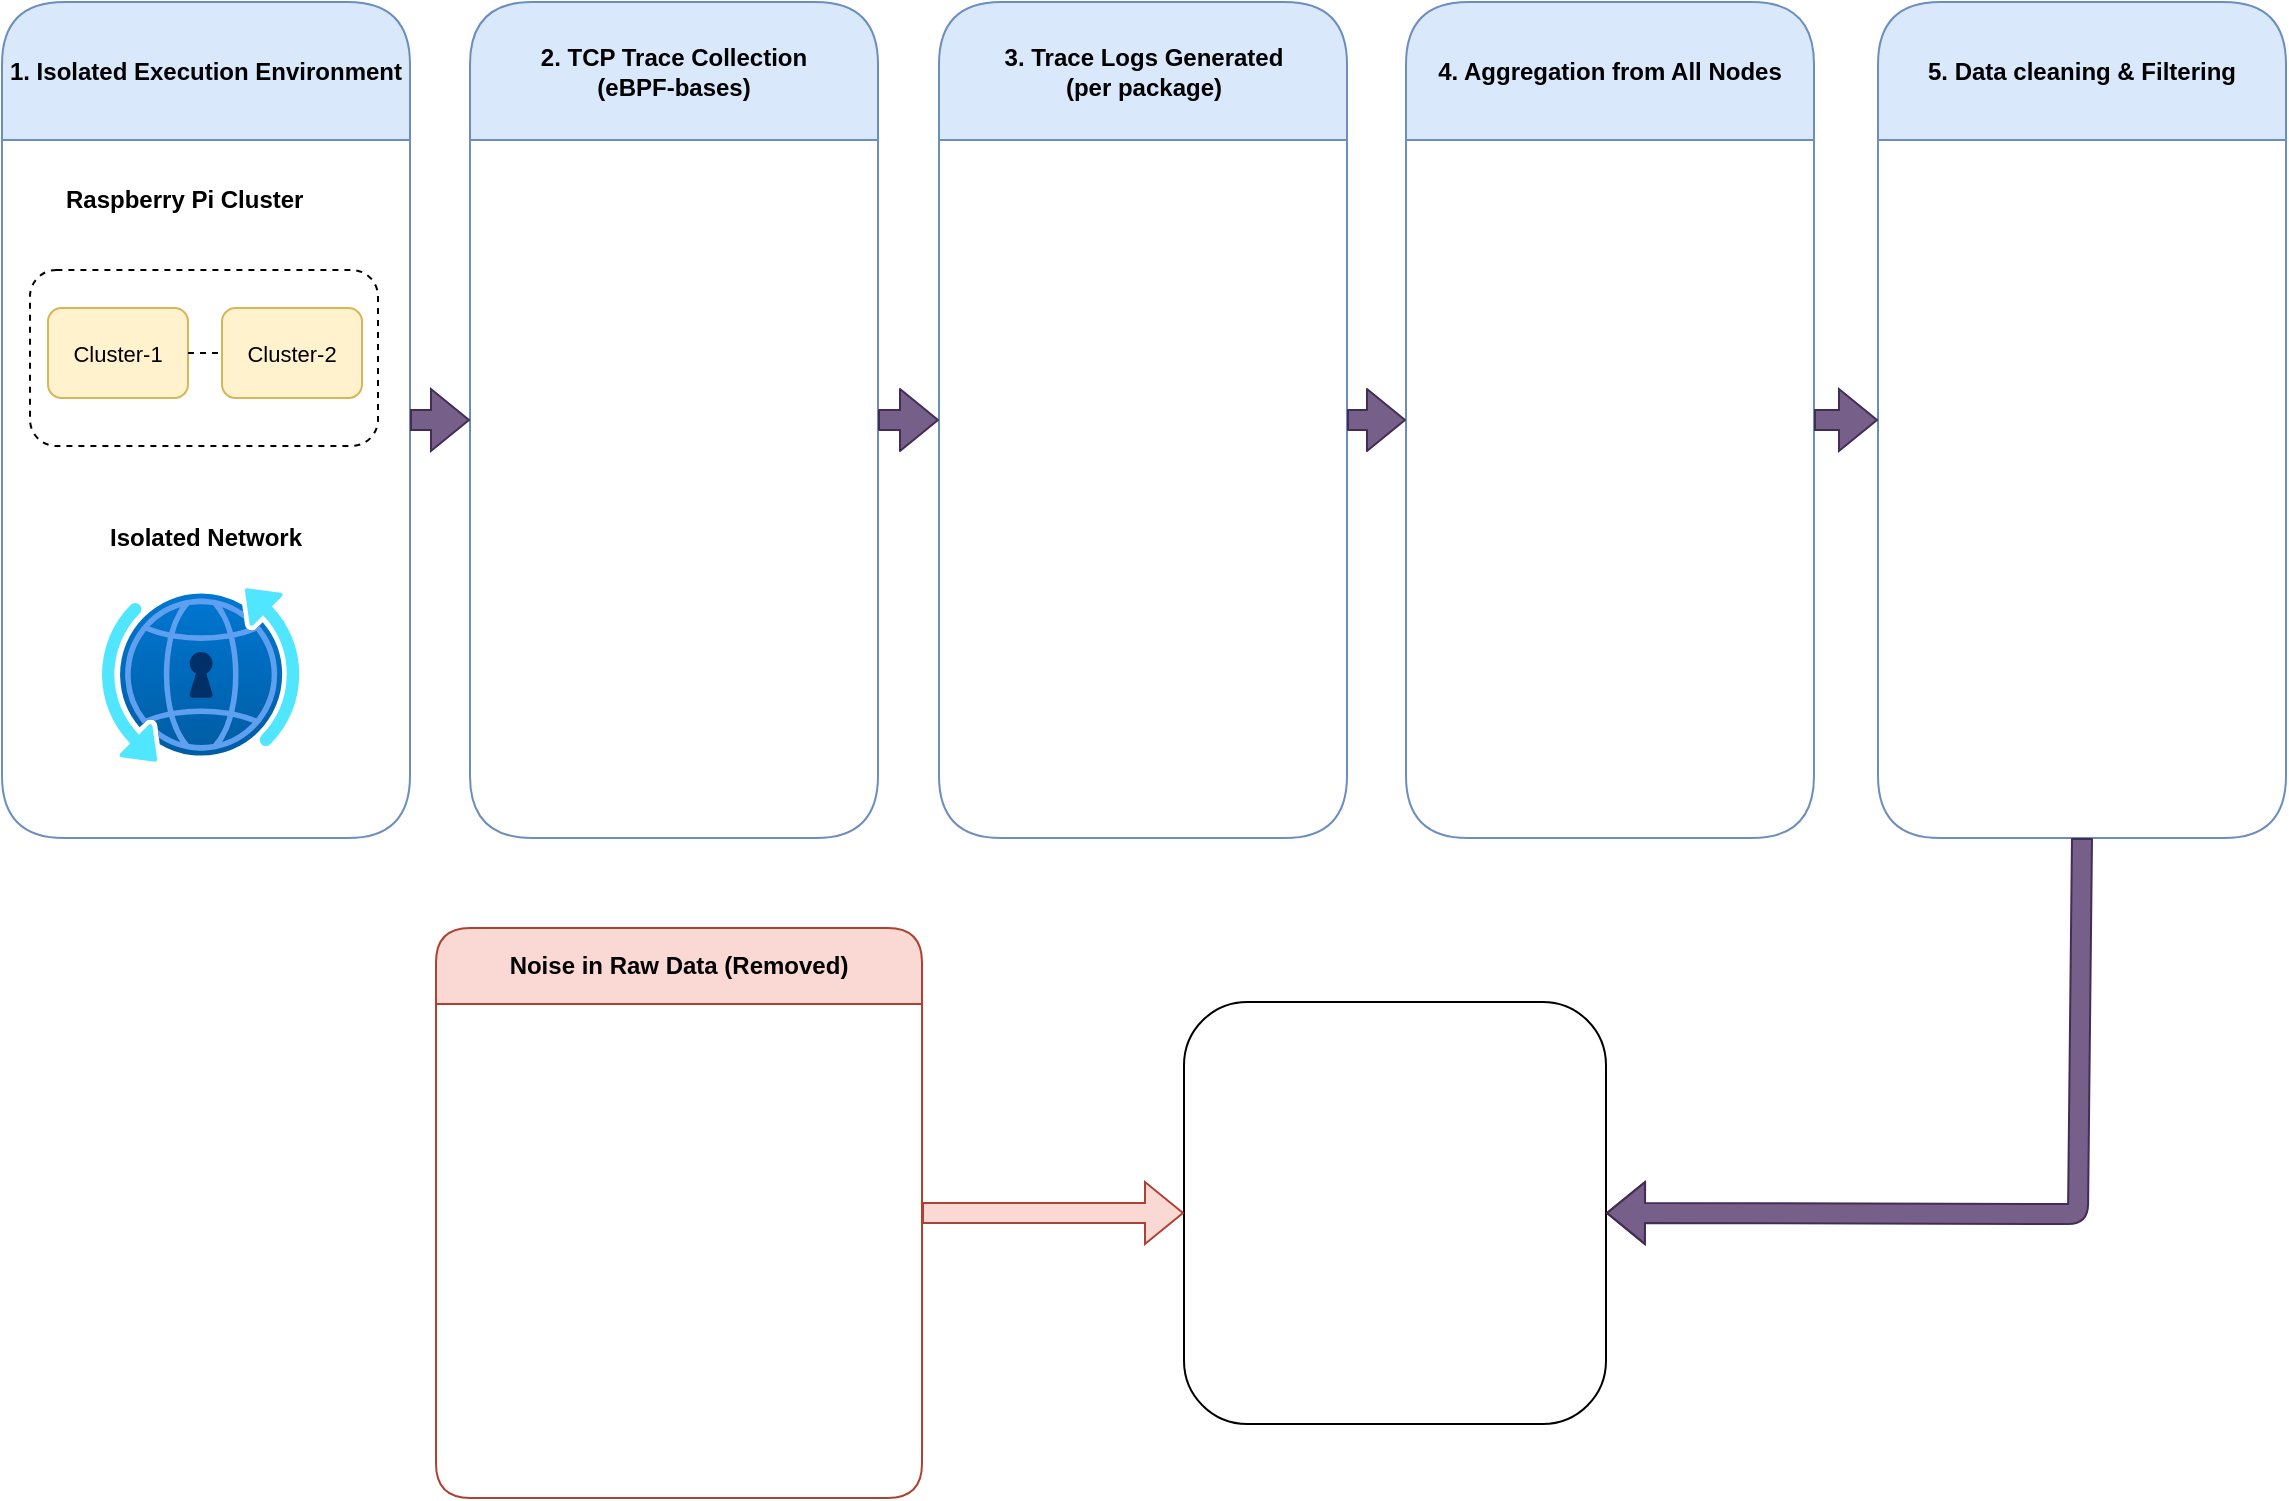
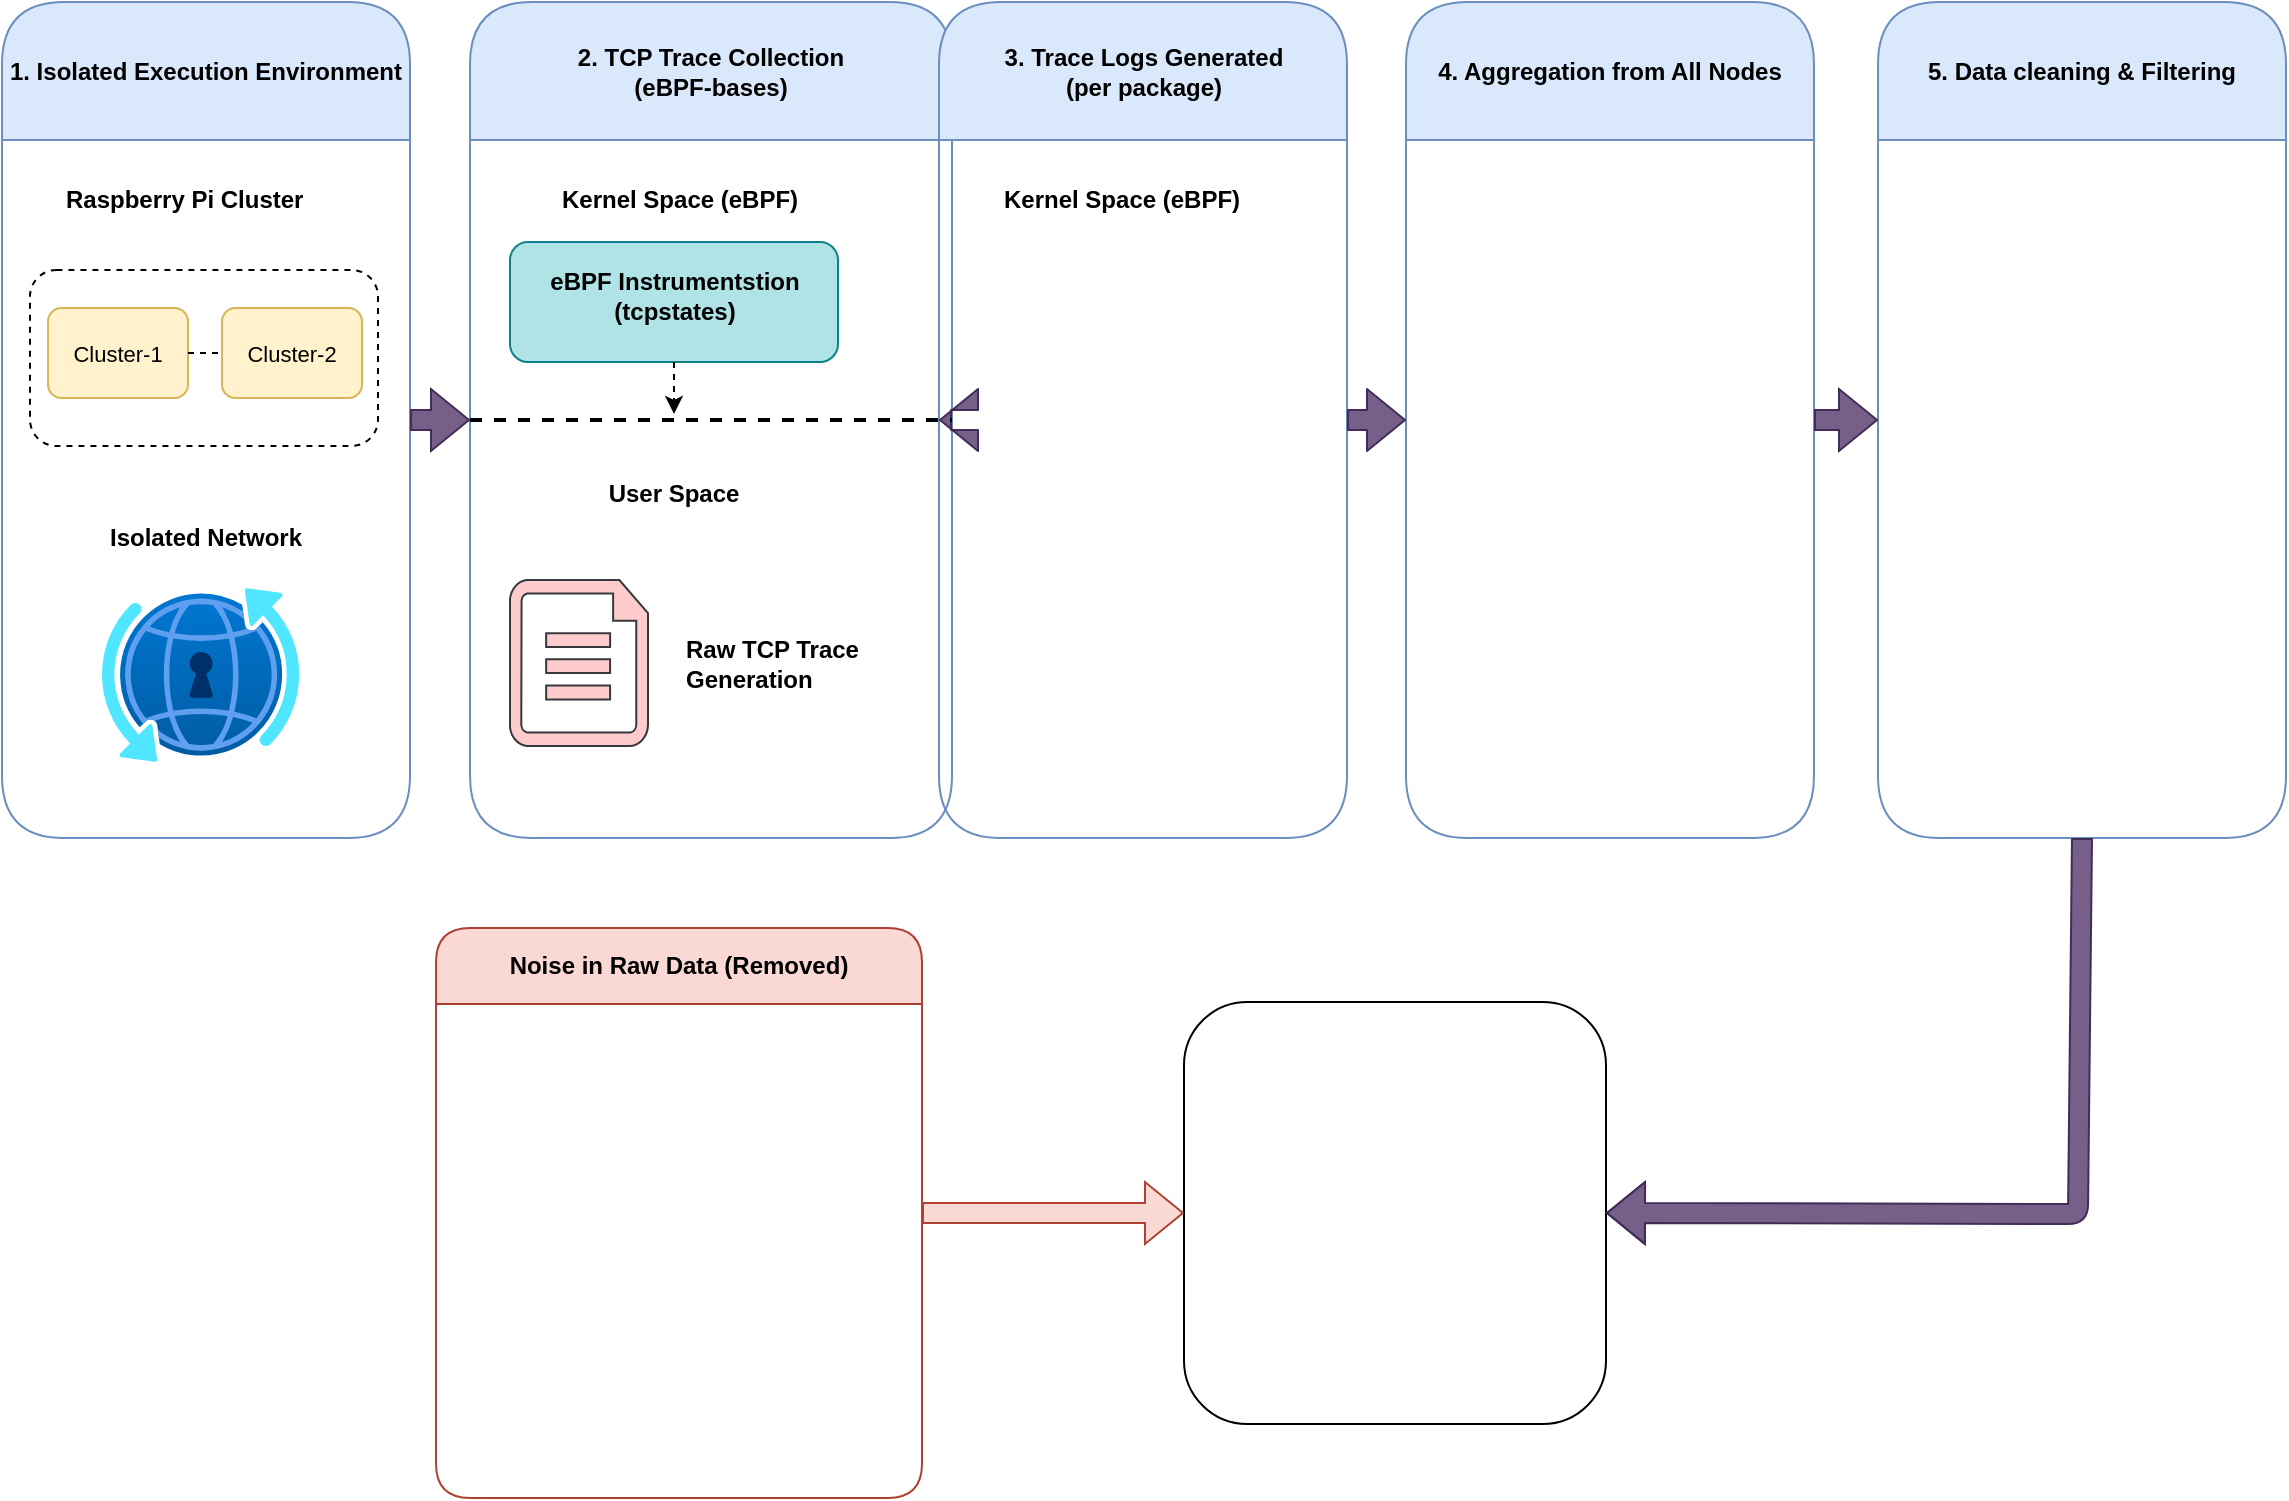
<mxfile host="app.diagrams.net">
  <diagram name="Page-1" id="8kyjSIY6fsYWo43MdOdE">
    <mxGraphModel dx="1406" dy="814" grid="0" gridSize="10" guides="1" tooltips="1" connect="1" arrows="1" fold="1" page="1" pageScale="1" pageWidth="1181" pageHeight="827" background="none" math="0" shadow="0">
      <root>
        <mxCell id="0" />
        <mxCell id="1" parent="0" />
        <mxCell id="yPxf8Ypyw46N0n0ri4En-1" parent="1" style="swimlane;whiteSpace=wrap;html=1;swimlaneFillColor=none;rounded=1;startSize=69;strokeColor=#6c8ebf;fillColor=#dae8fc;" value="1. Isolated Execution Environment" vertex="1">
          <mxGeometry height="418" width="204" x="20" y="29" as="geometry" />
        </mxCell>
        <mxCell id="9OX9V2n5WXdKuxMzRrJa-6" parent="yPxf8Ypyw46N0n0ri4En-1" style="text;strokeColor=none;fillColor=none;align=left;verticalAlign=middle;spacingLeft=4;spacingRight=4;overflow=hidden;points=[[0,0.5],[1,0.5]];portConstraint=eastwest;rotatable=0;whiteSpace=wrap;html=1;" value="&lt;b&gt;Raspberry Pi Cluster&lt;/b&gt;" vertex="1">
          <mxGeometry height="30" width="152" x="26" y="84" as="geometry" />
        </mxCell>
        <mxCell id="9OX9V2n5WXdKuxMzRrJa-7" parent="yPxf8Ypyw46N0n0ri4En-1" style="rounded=1;whiteSpace=wrap;html=1;dashed=1;" value="" vertex="1">
          <mxGeometry height="88" width="174" x="14" y="134" as="geometry" />
        </mxCell>
        <mxCell id="9OX9V2n5WXdKuxMzRrJa-8" parent="yPxf8Ypyw46N0n0ri4En-1" style="rounded=1;whiteSpace=wrap;html=1;fillColor=#fff2cc;strokeColor=#d6b656;" value="" vertex="1">
          <mxGeometry height="45" width="70" x="23" y="153" as="geometry" />
        </mxCell>
        <mxCell id="9OX9V2n5WXdKuxMzRrJa-9" parent="yPxf8Ypyw46N0n0ri4En-1" style="rounded=1;whiteSpace=wrap;html=1;fillColor=#fff2cc;strokeColor=#d6b656;" value="" vertex="1">
          <mxGeometry height="45" width="70" x="110" y="153" as="geometry" />
        </mxCell>
        <mxCell id="9OX9V2n5WXdKuxMzRrJa-10" parent="yPxf8Ypyw46N0n0ri4En-1" style="text;html=1;whiteSpace=wrap;strokeColor=none;fillColor=none;align=center;verticalAlign=middle;rounded=0;" value="&lt;font style=&quot;font-size: 11px;&quot;&gt;Cluster-1&lt;/font&gt;" vertex="1">
          <mxGeometry height="18.5" width="50" x="33" y="166.25" as="geometry" />
        </mxCell>
        <mxCell id="9OX9V2n5WXdKuxMzRrJa-11" parent="yPxf8Ypyw46N0n0ri4En-1" style="text;html=1;whiteSpace=wrap;strokeColor=none;fillColor=none;align=center;verticalAlign=middle;rounded=0;" value="&lt;font style=&quot;font-size: 11px;&quot;&gt;Cluster-2&lt;/font&gt;" vertex="1">
          <mxGeometry height="18.5" width="50" x="120" y="166.25" as="geometry" />
        </mxCell>
        <mxCell id="9OX9V2n5WXdKuxMzRrJa-12" edge="1" parent="yPxf8Ypyw46N0n0ri4En-1" source="9OX9V2n5WXdKuxMzRrJa-8" style="endArrow=none;html=1;rounded=0;exitX=1;exitY=0.5;exitDx=0;exitDy=0;entryX=0;entryY=0.5;entryDx=0;entryDy=0;dashed=1;" target="9OX9V2n5WXdKuxMzRrJa-9" value="">
          <mxGeometry height="50" relative="1" width="50" as="geometry">
            <mxPoint x="545" y="408" as="sourcePoint" />
            <mxPoint x="595" y="358" as="targetPoint" />
          </mxGeometry>
        </mxCell>
        <mxCell id="9OX9V2n5WXdKuxMzRrJa-14" parent="yPxf8Ypyw46N0n0ri4En-1" style="text;strokeColor=none;fillColor=none;align=left;verticalAlign=middle;spacingLeft=4;spacingRight=4;overflow=hidden;points=[[0,0.5],[1,0.5]];portConstraint=eastwest;rotatable=0;whiteSpace=wrap;html=1;" value="&lt;b&gt;Isolated Network&lt;/b&gt;" vertex="1">
          <mxGeometry height="30" width="109" x="47.5" y="253" as="geometry" />
        </mxCell>
        <mxCell id="9OX9V2n5WXdKuxMzRrJa-15" parent="yPxf8Ypyw46N0n0ri4En-1" style="image;aspect=fixed;html=1;points=[];align=center;fontSize=12;image=img/lib/azure2/networking/DNS_Private_Resolver.svg;" value="" vertex="1">
          <mxGeometry height="87" width="98.6" x="50" y="293" as="geometry" />
        </mxCell>
        <mxCell id="yPxf8Ypyw46N0n0ri4En-4" parent="1" style="swimlane;whiteSpace=wrap;html=1;swimlaneFillColor=none;rounded=1;startSize=69;strokeColor=#6c8ebf;fillColor=#dae8fc;" value="2. TCP Trace Collection&lt;div&gt;(eBPF-bases)&lt;/div&gt;" vertex="1">
-           <mxGeometry height="418" width="204" x="254" y="29" as="geometry" />
+           <mxGeometry height="418" width="241" x="254" y="29" as="geometry" />
+         </mxCell>
+         <mxCell id="9OX9V2n5WXdKuxMzRrJa-16" parent="yPxf8Ypyw46N0n0ri4En-4" style="text;strokeColor=none;fillColor=none;align=left;verticalAlign=middle;spacingLeft=4;spacingRight=4;overflow=hidden;points=[[0,0.5],[1,0.5]];portConstraint=eastwest;rotatable=0;whiteSpace=wrap;html=1;" value="&lt;b&gt;Kernel Space (eBPF)&lt;/b&gt;" vertex="1">
+           <mxGeometry height="30" width="134" x="40" y="84" as="geometry" />
+         </mxCell>
+         <mxCell id="9OX9V2n5WXdKuxMzRrJa-20" parent="yPxf8Ypyw46N0n0ri4En-4" style="rounded=1;whiteSpace=wrap;html=1;fillColor=#b0e3e6;strokeColor=#0e8088;" value="" vertex="1">
+           <mxGeometry height="60" width="164" x="20" y="120" as="geometry" />
+         </mxCell>
+         <mxCell id="9OX9V2n5WXdKuxMzRrJa-22" parent="yPxf8Ypyw46N0n0ri4En-4" style="text;html=1;whiteSpace=wrap;strokeColor=none;fillColor=none;align=center;verticalAlign=middle;rounded=0;" value="&lt;b&gt;eBPF Instrumentstion&lt;/b&gt;&lt;div&gt;&lt;b&gt;(tcpstates)&lt;/b&gt;&lt;/div&gt;" vertex="1">
+           <mxGeometry height="35" width="133" x="35.5" y="129" as="geometry" />
+         </mxCell>
+         <mxCell id="9OX9V2n5WXdKuxMzRrJa-23" parent="yPxf8Ypyw46N0n0ri4En-4" style="text;html=1;whiteSpace=wrap;strokeColor=none;fillColor=none;align=center;verticalAlign=middle;rounded=0;" value="&lt;b&gt;User Space&lt;/b&gt;" vertex="1">
+           <mxGeometry height="30" width="122" x="41" y="231" as="geometry" />
+         </mxCell>
+         <mxCell id="9OX9V2n5WXdKuxMzRrJa-24" parent="yPxf8Ypyw46N0n0ri4En-4" style="verticalLabelPosition=bottom;html=1;verticalAlign=top;align=center;shape=mxgraph.azure.cloud_services_configuration_file;pointerEvents=1;fillColor=#ffcccc;strokeColor=#36393d;" value="" vertex="1">
+           <mxGeometry height="83" width="69" x="20" y="289" as="geometry" />
+         </mxCell>
+         <mxCell id="9OX9V2n5WXdKuxMzRrJa-25" parent="yPxf8Ypyw46N0n0ri4En-4" style="text;strokeColor=none;fillColor=none;align=left;verticalAlign=middle;spacingLeft=4;spacingRight=4;overflow=hidden;points=[[0,0.5],[1,0.5]];portConstraint=eastwest;rotatable=0;whiteSpace=wrap;html=1;" value="&lt;b&gt;Raw TCP Trace&lt;/b&gt;&lt;div&gt;&lt;b&gt;Generation&lt;/b&gt;&lt;/div&gt;" vertex="1">
+           <mxGeometry height="57" width="114" x="102" y="302" as="geometry" />
        </mxCell>
        <mxCell id="yPxf8Ypyw46N0n0ri4En-5" parent="1" style="swimlane;whiteSpace=wrap;html=1;swimlaneFillColor=none;rounded=1;startSize=69;strokeColor=#6c8ebf;fillColor=#dae8fc;" value="3. Trace Logs Generated&lt;div&gt;(per package)&lt;/div&gt;" vertex="1">
          <mxGeometry height="418" width="204" x="488.5" y="29" as="geometry" />
+         </mxCell>
+         <mxCell id="9OX9V2n5WXdKuxMzRrJa-17" parent="yPxf8Ypyw46N0n0ri4En-5" style="text;strokeColor=none;fillColor=none;align=left;verticalAlign=middle;spacingLeft=4;spacingRight=4;overflow=hidden;points=[[0,0.5],[1,0.5]];portConstraint=eastwest;rotatable=0;whiteSpace=wrap;html=1;" value="&lt;b&gt;Kernel Space (eBPF)&lt;/b&gt;" vertex="1">
+           <mxGeometry height="30" width="152" x="26.5" y="84" as="geometry" />
        </mxCell>
        <mxCell id="yPxf8Ypyw46N0n0ri4En-6" parent="1" style="swimlane;whiteSpace=wrap;html=1;swimlaneFillColor=none;rounded=1;startSize=69;strokeColor=#6c8ebf;fillColor=#dae8fc;" value="4. Aggregation from All Nodes" vertex="1">
          <mxGeometry height="418" width="204" x="722" y="29" as="geometry" />
        </mxCell>
        <mxCell id="yPxf8Ypyw46N0n0ri4En-7" parent="1" style="swimlane;whiteSpace=wrap;html=1;swimlaneFillColor=none;rounded=1;startSize=69;strokeColor=#6c8ebf;fillColor=#dae8fc;" value="5. Data cleaning &amp;amp; Filtering" vertex="1">
          <mxGeometry height="418" width="204" x="958" y="29" as="geometry" />
        </mxCell>
        <mxCell id="yPxf8Ypyw46N0n0ri4En-8" parent="1" style="whiteSpace=wrap;html=1;aspect=fixed;rounded=1;strokeWidth=1;" value="" vertex="1">
          <mxGeometry height="211" width="211" x="611" y="529" as="geometry" />
        </mxCell>
        <mxCell id="yPxf8Ypyw46N0n0ri4En-9" edge="1" parent="1" source="yPxf8Ypyw46N0n0ri4En-7" style="endArrow=classic;html=1;rounded=1;exitX=0.5;exitY=1;exitDx=0;exitDy=0;entryX=1;entryY=0.5;entryDx=0;entryDy=0;shape=flexArrow;strokeWidth=1;strokeColor=#432D57;fillColor=#76608a;" target="yPxf8Ypyw46N0n0ri4En-8" value="">
          <mxGeometry height="50" relative="1" width="50" as="geometry">
            <Array as="points">
              <mxPoint x="1058" y="635" />
            </Array>
            <mxPoint x="567" y="544" as="sourcePoint" />
            <mxPoint x="617" y="494" as="targetPoint" />
          </mxGeometry>
        </mxCell>
        <mxCell id="yPxf8Ypyw46N0n0ri4En-10" edge="1" parent="1" source="yPxf8Ypyw46N0n0ri4En-4" style="endArrow=classic;html=1;rounded=1;exitX=1;exitY=0.5;exitDx=0;exitDy=0;entryX=0;entryY=0.5;entryDx=0;entryDy=0;shape=flexArrow;fillColor=#76608a;strokeColor=#432D57;" target="yPxf8Ypyw46N0n0ri4En-5" value="">
          <mxGeometry height="50" relative="1" width="50" as="geometry">
            <mxPoint x="567" y="444" as="sourcePoint" />
            <mxPoint x="617" y="394" as="targetPoint" />
          </mxGeometry>
        </mxCell>
        <mxCell id="9OX9V2n5WXdKuxMzRrJa-1" edge="1" parent="1" source="yPxf8Ypyw46N0n0ri4En-5" style="endArrow=classic;html=1;rounded=1;exitX=1;exitY=0.5;exitDx=0;exitDy=0;entryX=0;entryY=0.5;entryDx=0;entryDy=0;shape=flexArrow;fillColor=#76608a;strokeColor=#432D57;" target="yPxf8Ypyw46N0n0ri4En-6" value="">
          <mxGeometry height="50" relative="1" width="50" as="geometry">
            <mxPoint x="565" y="444" as="sourcePoint" />
            <mxPoint x="615" y="394" as="targetPoint" />
          </mxGeometry>
        </mxCell>
        <mxCell id="9OX9V2n5WXdKuxMzRrJa-2" edge="1" parent="1" source="yPxf8Ypyw46N0n0ri4En-6" style="endArrow=classic;html=1;rounded=0;exitX=1;exitY=0.5;exitDx=0;exitDy=0;entryX=0;entryY=0.5;entryDx=0;entryDy=0;shape=flexArrow;fillColor=#76608a;strokeColor=#432D57;" target="yPxf8Ypyw46N0n0ri4En-7" value="">
          <mxGeometry height="50" relative="1" width="50" as="geometry">
            <mxPoint x="565" y="444" as="sourcePoint" />
            <mxPoint x="615" y="394" as="targetPoint" />
          </mxGeometry>
        </mxCell>
        <mxCell id="9OX9V2n5WXdKuxMzRrJa-3" edge="1" parent="1" source="yPxf8Ypyw46N0n0ri4En-1" style="endArrow=classic;html=1;rounded=0;exitX=1;exitY=0.5;exitDx=0;exitDy=0;entryX=0;entryY=0.5;entryDx=0;entryDy=0;shape=flexArrow;fillColor=#76608a;strokeColor=#432D57;" target="yPxf8Ypyw46N0n0ri4En-4" value="">
          <mxGeometry height="50" relative="1" width="50" as="geometry">
            <mxPoint x="565" y="444" as="sourcePoint" />
            <mxPoint x="615" y="394" as="targetPoint" />
          </mxGeometry>
        </mxCell>
        <mxCell id="9OX9V2n5WXdKuxMzRrJa-4" parent="1" style="swimlane;whiteSpace=wrap;html=1;startSize=38;rounded=1;fillColor=#fad9d5;strokeColor=#ae4132;" value="Noise in Raw Data (Removed)" vertex="1">
          <mxGeometry height="285" width="243" x="237" y="492" as="geometry" />
        </mxCell>
        <mxCell id="9OX9V2n5WXdKuxMzRrJa-5" edge="1" parent="1" source="9OX9V2n5WXdKuxMzRrJa-4" style="endArrow=classic;html=1;rounded=0;exitX=1;exitY=0.5;exitDx=0;exitDy=0;entryX=0;entryY=0.5;entryDx=0;entryDy=0;shape=flexArrow;fillColor=#fad9d5;strokeColor=#ae4132;" target="yPxf8Ypyw46N0n0ri4En-8" value="">
          <mxGeometry height="50" relative="1" width="50" as="geometry">
            <mxPoint x="565" y="437" as="sourcePoint" />
            <mxPoint x="615" y="387" as="targetPoint" />
          </mxGeometry>
        </mxCell>
+         <mxCell id="9OX9V2n5WXdKuxMzRrJa-19" edge="1" parent="1" source="yPxf8Ypyw46N0n0ri4En-4" style="endArrow=none;dashed=1;html=1;rounded=0;exitX=0;exitY=0.5;exitDx=0;exitDy=0;entryX=1;entryY=0.5;entryDx=0;entryDy=0;strokeWidth=2;" target="yPxf8Ypyw46N0n0ri4En-4" value="">
+           <mxGeometry height="50" relative="1" width="50" as="geometry">
+             <mxPoint x="565" y="430" as="sourcePoint" />
+             <mxPoint x="460" y="240" as="targetPoint" />
+           </mxGeometry>
+         </mxCell>
+         <mxCell id="9OX9V2n5WXdKuxMzRrJa-21" edge="1" parent="1" source="9OX9V2n5WXdKuxMzRrJa-20" style="endArrow=classic;html=1;rounded=0;exitX=0.5;exitY=1;exitDx=0;exitDy=0;dashed=1;" value="">
+           <mxGeometry height="50" relative="1" width="50" as="geometry">
+             <mxPoint x="565" y="430" as="sourcePoint" />
+             <mxPoint x="356" y="235" as="targetPoint" />
+           </mxGeometry>
+         </mxCell>
      </root>
    </mxGraphModel>
  </diagram>
</mxfile>
